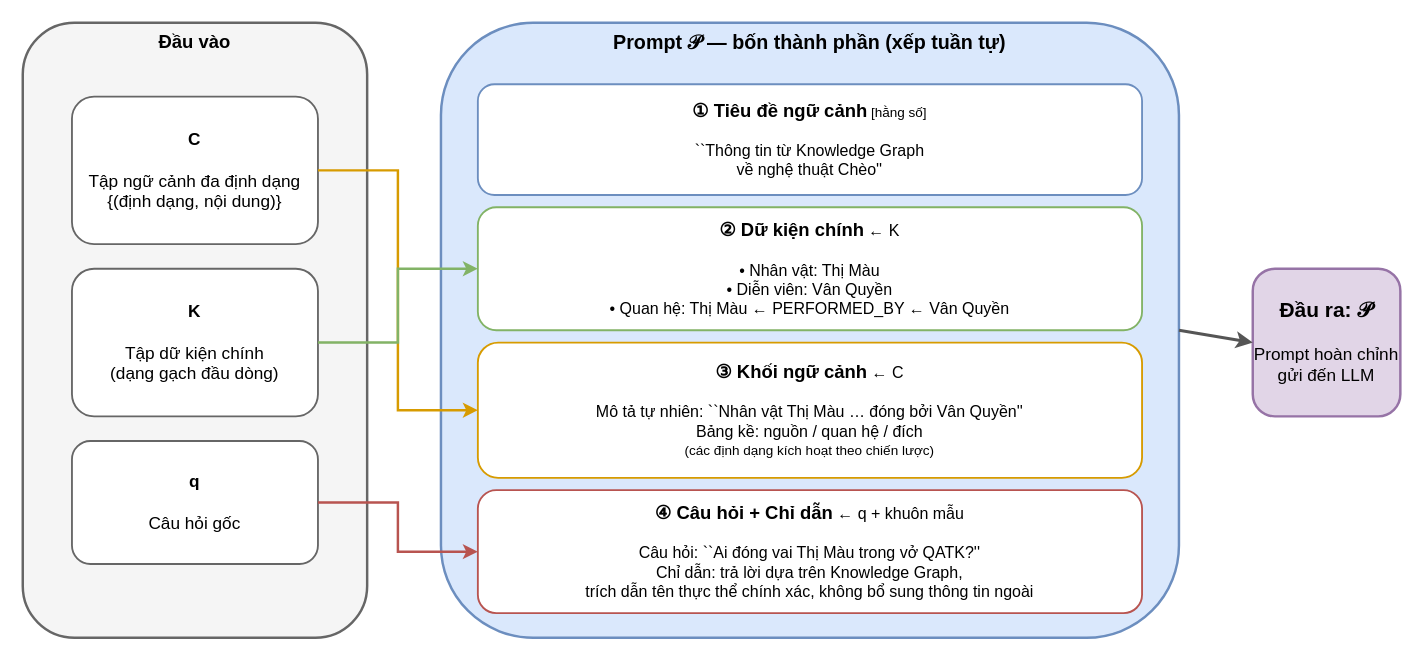
BlackRose484/GraphRAG keeps this draw.io diagram as thesis/figures/c3/prompt_structure.drawio. Above is the earlier version. Source tidied: cells renumbered, new cells numbered last; positions are measured from the earlier drawing's top-left corner, leaving out a move shared by most shapes. Both pictures are drawn from the tidied source at 123%, with x=0, y=0 at pixel (22, 22).
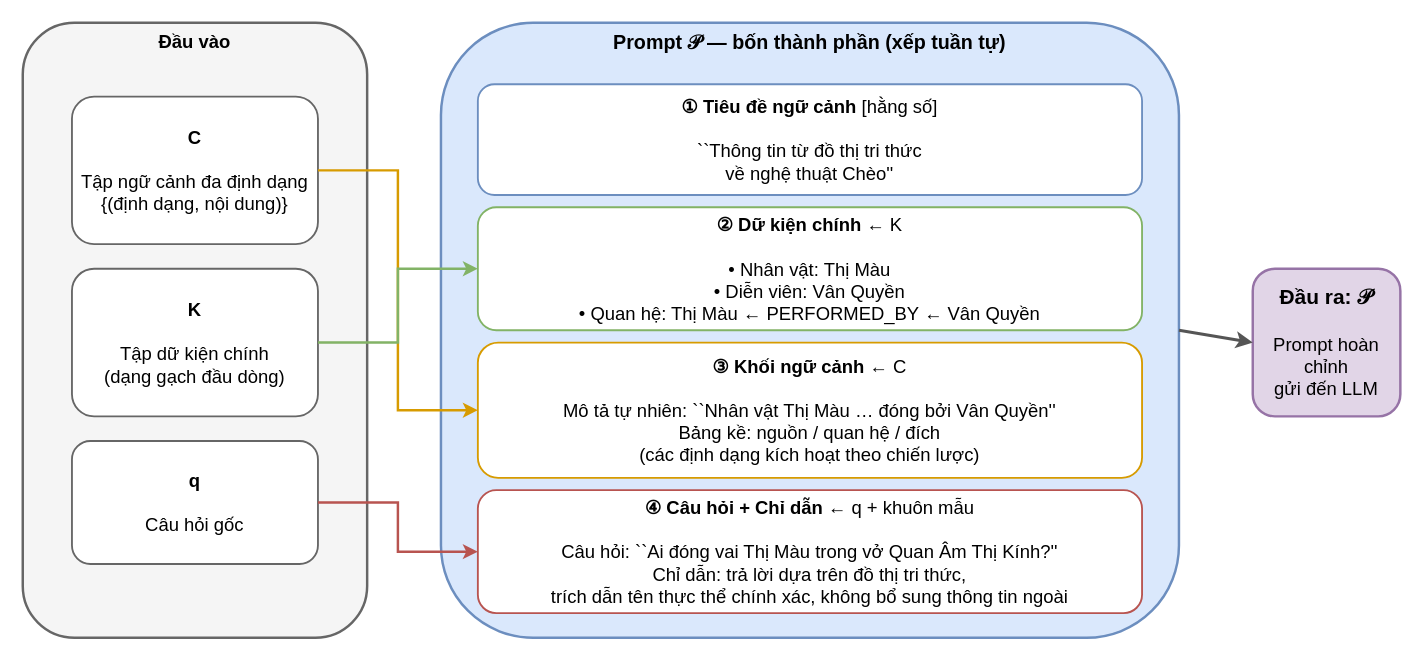
After the change.

The edit, as a diff of the source:
```diff
@@
 <mxGraphModel>
   <root>
     <mxCell id="0" />
     <mxCell id="1" parent="0" />
     <mxCell id="2" value="Đầu vào" style="rounded=1;whiteSpace=wrap;html=1;fillColor=#f5f5f5;strokeColor=#666666;strokeWidth=2;fontSize=15;fontStyle=1;verticalAlign=top;align=center;" parent="1" vertex="1">
       <mxGeometry width="280" height="500" as="geometry" />
     </mxCell>
-    <mxCell id="3" value="&lt;b&gt;C&lt;/b&gt;&lt;br&gt;&lt;br&gt;Tập ngữ cảnh đa định dạng&lt;br&gt;{(định dạng, nội dung)}" style="rounded=1;whiteSpace=wrap;html=1;fillColor=#ffffff;strokeColor=#666666;strokeWidth=1.5;fontSize=14;align=center;verticalAlign=middle;" parent="1" vertex="1">
+    <mxCell id="3" value="&lt;b&gt;C&lt;/b&gt;&lt;br&gt;&lt;br&gt;Tập ngữ cảnh đa định dạng&lt;br&gt;{(định dạng, nội dung)}" style="rounded=1;whiteSpace=wrap;html=1;fillColor=#ffffff;strokeColor=#666666;strokeWidth=1.5;fontSize=15;align=center;verticalAlign=middle;" parent="1" vertex="1">
       <mxGeometry x="40" y="60" width="200" height="120" as="geometry" />
     </mxCell>
-    <mxCell id="4" value="&lt;b&gt;K&lt;/b&gt;&lt;br&gt;&lt;br&gt;Tập dữ kiện chính&lt;br&gt;(dạng gạch đầu dòng)" style="rounded=1;whiteSpace=wrap;html=1;fillColor=#ffffff;strokeColor=#666666;strokeWidth=1.5;fontSize=14;align=center;verticalAlign=middle;" parent="1" vertex="1">
+    <mxCell id="4" value="&lt;b&gt;K&lt;/b&gt;&lt;br&gt;&lt;br&gt;Tập dữ kiện chính&lt;br&gt;(dạng gạch đầu dòng)" style="rounded=1;whiteSpace=wrap;html=1;fillColor=#ffffff;strokeColor=#666666;strokeWidth=1.5;fontSize=15;align=center;verticalAlign=middle;" parent="1" vertex="1">
       <mxGeometry x="40" y="200" width="200" height="120" as="geometry" />
     </mxCell>
-    <mxCell id="5" value="&lt;b&gt;q&lt;/b&gt;&lt;br&gt;&lt;br&gt;Câu hỏi gốc" style="rounded=1;whiteSpace=wrap;html=1;fillColor=#ffffff;strokeColor=#666666;strokeWidth=1.5;fontSize=14;align=center;verticalAlign=middle;" parent="1" vertex="1">
+    <mxCell id="5" value="&lt;b&gt;q&lt;/b&gt;&lt;br&gt;&lt;br&gt;Câu hỏi gốc" style="rounded=1;whiteSpace=wrap;html=1;fillColor=#ffffff;strokeColor=#666666;strokeWidth=1.5;fontSize=15;align=center;verticalAlign=middle;" parent="1" vertex="1">
       <mxGeometry x="40" y="340" width="200" height="100" as="geometry" />
     </mxCell>
     <mxCell id="6" value="Prompt 𝒫 — bốn thành phần (xếp tuần tự)" style="rounded=1;whiteSpace=wrap;html=1;fillColor=#dae8fc;strokeColor=#6c8ebf;strokeWidth=2;fontSize=16;fontStyle=1;verticalAlign=top;align=center;" parent="1" vertex="1">
       <mxGeometry x="340" width="600" height="500" as="geometry" />
     </mxCell>
-    <mxCell id="7" value="&lt;b style=&quot;font-size:15px&quot;&gt;① Tiêu đề ngữ cảnh&lt;/b&gt;&lt;font style=&quot;font-size:11px&quot;&gt; [hằng số]&lt;/font&gt;&lt;br&gt;&lt;br&gt;``Thông tin từ Knowledge Graph&lt;br&gt;về nghệ thuật Chèo''" style="rounded=1;whiteSpace=wrap;html=1;fillColor=#ffffff;strokeColor=#6c8ebf;strokeWidth=1.5;fontSize=13;align=center;verticalAlign=middle;" parent="1" vertex="1">
+    <mxCell id="7" value="&lt;b style=&quot;font-size:15px&quot;&gt;① Tiêu đề ngữ cảnh&lt;/b&gt;&lt;font style=&quot;font-size:15px&quot;&gt; [hằng số]&lt;/font&gt;&lt;br&gt;&lt;br&gt;``Thông tin từ đồ thị tri thức&lt;br&gt;về nghệ thuật Chèo''" style="rounded=1;whiteSpace=wrap;html=1;fillColor=#ffffff;strokeColor=#6c8ebf;strokeWidth=1.5;fontSize=15;align=center;verticalAlign=middle;" parent="1" vertex="1">
       <mxGeometry x="370" y="50" width="540" height="90" as="geometry" />
     </mxCell>
-    <mxCell id="8" value="&lt;b style=&quot;font-size:15px&quot;&gt;② Dữ kiện chính&lt;/b&gt; ← K&lt;br&gt;&lt;br&gt;• Nhân vật: Thị Màu&lt;br&gt;• Diễn viên: Vân Quyền&lt;br&gt;• Quan hệ: Thị Màu ← PERFORMED_BY ← Vân Quyền" style="rounded=1;whiteSpace=wrap;html=1;fillColor=#ffffff;strokeColor=#82b366;strokeWidth=1.5;fontSize=13;align=center;verticalAlign=middle;" parent="1" vertex="1">
+    <mxCell id="8" value="&lt;b style=&quot;font-size:15px&quot;&gt;② Dữ kiện chính&lt;/b&gt; ← K&lt;br&gt;&lt;br&gt;• Nhân vật: Thị Màu&lt;br&gt;• Diễn viên: Vân Quyền&lt;br&gt;• Quan hệ: Thị Màu ← PERFORMED_BY ← Vân Quyền" style="rounded=1;whiteSpace=wrap;html=1;fillColor=#ffffff;strokeColor=#82b366;strokeWidth=1.5;fontSize=15;align=center;verticalAlign=middle;" parent="1" vertex="1">
       <mxGeometry x="370" y="150" width="540" height="100" as="geometry" />
     </mxCell>
-    <mxCell id="9" value="&lt;b style=&quot;font-size:15px&quot;&gt;③ Khối ngữ cảnh&lt;/b&gt; ← C&lt;br&gt;&lt;br&gt;Mô tả tự nhiên: ``Nhân vật Thị Màu … đóng bởi Vân Quyền''&lt;br&gt;Bảng kề: nguồn / quan hệ / đích&lt;br&gt;&lt;font style=&quot;font-size:11px&quot;&gt;(các định dạng kích hoạt theo chiến lược)&lt;/font&gt;" style="rounded=1;whiteSpace=wrap;html=1;fillColor=#ffffff;strokeColor=#d79b00;strokeWidth=1.5;fontSize=13;align=center;verticalAlign=middle;" parent="1" vertex="1">
+    <mxCell id="9" value="&lt;b style=&quot;font-size:15px&quot;&gt;③ Khối ngữ cảnh&lt;/b&gt; ← C&lt;br&gt;&lt;br&gt;Mô tả tự nhiên: ``Nhân vật Thị Màu … đóng bởi Vân Quyền''&lt;br&gt;Bảng kề: nguồn / quan hệ / đích&lt;br&gt;&lt;font style=&quot;font-size:15px&quot;&gt;(các định dạng kích hoạt theo chiến lược)&lt;/font&gt;" style="rounded=1;whiteSpace=wrap;html=1;fillColor=#ffffff;strokeColor=#d79b00;strokeWidth=1.5;fontSize=15;align=center;verticalAlign=middle;" parent="1" vertex="1">
       <mxGeometry x="370" y="260" width="540" height="110" as="geometry" />
     </mxCell>
-    <mxCell id="10" value="&lt;b style=&quot;font-size:15px&quot;&gt;④ Câu hỏi + Chỉ dẫn&lt;/b&gt; ← q + khuôn mẫu&lt;br&gt;&lt;br&gt;Câu hỏi: ``Ai đóng vai Thị Màu trong vở QATK?''&lt;br&gt;Chỉ dẫn: trả lời dựa trên Knowledge Graph,&lt;br&gt;trích dẫn tên thực thể chính xác, không bổ sung thông tin ngoài" style="rounded=1;whiteSpace=wrap;html=1;fillColor=#ffffff;strokeColor=#b85450;strokeWidth=1.5;fontSize=13;align=center;verticalAlign=middle;" parent="1" vertex="1">
+    <mxCell id="10" value="&lt;b style=&quot;font-size:15px&quot;&gt;④ Câu hỏi + Chỉ dẫn&lt;/b&gt; ← q + khuôn mẫu&lt;br&gt;&lt;br&gt;Câu hỏi: ``Ai đóng vai Thị Màu trong vở Quan Âm Thị Kính?''&lt;br&gt;Chỉ dẫn: trả lời dựa trên đồ thị tri thức,&lt;br&gt;trích dẫn tên thực thể chính xác, không bổ sung thông tin ngoài" style="rounded=1;whiteSpace=wrap;html=1;fillColor=#ffffff;strokeColor=#b85450;strokeWidth=1.5;fontSize=15;align=center;verticalAlign=middle;" parent="1" vertex="1">
       <mxGeometry x="370" y="380" width="540" height="100" as="geometry" />
     </mxCell>
-    <mxCell id="11" value="&lt;b style=&quot;font-size:17px&quot;&gt;Đầu ra: 𝒫&lt;/b&gt;&lt;br&gt;&lt;br&gt;Prompt hoàn chỉnh&lt;br&gt;gửi đến LLM" style="rounded=1;whiteSpace=wrap;html=1;fillColor=#e1d5e7;strokeColor=#9673a6;strokeWidth=2;fontSize=14;align=center;verticalAlign=middle;" parent="1" vertex="1">
+    <mxCell id="11" value="&lt;b style=&quot;font-size:17px&quot;&gt;Đầu ra: 𝒫&lt;/b&gt;&lt;br&gt;&lt;br&gt;Prompt hoàn chỉnh&lt;br&gt;gửi đến LLM" style="rounded=1;whiteSpace=wrap;html=1;fillColor=#e1d5e7;strokeColor=#9673a6;strokeWidth=2;fontSize=15;align=center;verticalAlign=middle;" parent="1" vertex="1">
       <mxGeometry x="1000" y="200" width="120" height="120" as="geometry" />
     </mxCell>
     <mxCell id="12" style="endArrow=classic;html=1;rounded=0;edgeStyle=orthogonalEdgeStyle;strokeColor=#d79b00;strokeWidth=2;exitX=1;exitY=0.5;exitDx=0;exitDy=0;entryX=0;entryY=0.5;entryDx=0;entryDy=0;" parent="1" edge="1" source="3" target="9">
       <mxGeometry relative="1" as="geometry" />
     </mxCell>
     <mxCell id="13" style="endArrow=classic;html=1;rounded=0;edgeStyle=orthogonalEdgeStyle;strokeColor=#82b366;strokeWidth=2;exitX=1;exitY=0.5;exitDx=0;exitDy=0;entryX=0;entryY=0.5;entryDx=0;entryDy=0;" parent="1" edge="1" source="4" target="8">
       <mxGeometry relative="1" as="geometry" />
     </mxCell>
     <mxCell id="14" style="endArrow=classic;html=1;rounded=0;edgeStyle=orthogonalEdgeStyle;strokeColor=#b85450;strokeWidth=2;exitX=1;exitY=0.5;exitDx=0;exitDy=0;entryX=0;entryY=0.5;entryDx=0;entryDy=0;" parent="1" edge="1" source="5" target="10">
       <mxGeometry relative="1" as="geometry" />
     </mxCell>
     <mxCell id="15" style="endArrow=classic;html=1;rounded=0;strokeColor=#555555;strokeWidth=2.5;exitX=1;exitY=0.5;exitDx=0;exitDy=0;entryX=0;entryY=0.5;entryDx=0;entryDy=0;" parent="1" edge="1" source="6" target="11">
       <mxGeometry relative="1" as="geometry" />
     </mxCell>
   </root>
 </mxGraphModel>
```
